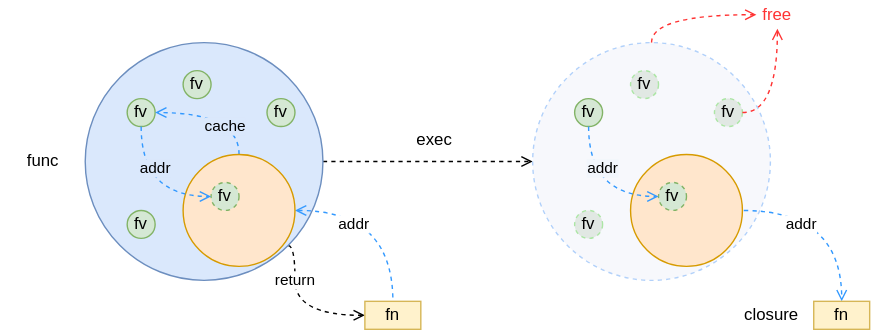
Above: Draw/Go/func&memory&closure.drawio.svg in Zhangbokai614/draw (draw.io), before the change. Source tidied: cells renumbered, new cells last; positions are measured from the earlier drawing's top-left corner, leaving out a move shared by most shapes.
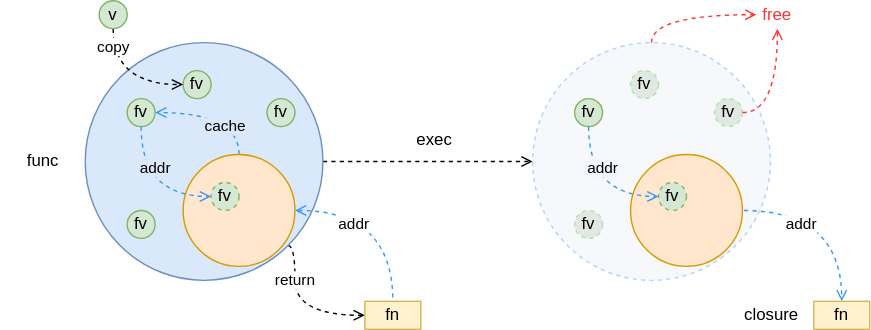
The same diagram one commit later.

Diff of the diagram source:
```diff
@@ -104,5 +104,11 @@
     <mxCell id="30" value="closure" style="text;html=1;strokeColor=none;fillColor=none;align=center;verticalAlign=middle;whiteSpace=wrap;rounded=0;" parent="1" vertex="1">
       <mxGeometry x="521" y="215" width="60" height="20" as="geometry" />
     </mxCell>
+    <mxCell id="31" value="copy" style="edgeStyle=orthogonalEdgeStyle;rounded=0;jettySize=auto;html=1;exitX=0.5;exitY=1;exitDx=0;exitDy=0;entryX=0;entryY=0.5;entryDx=0;entryDy=0;endArrow=open;endFill=0;curved=1;dashed=1;labelBackgroundColor=default;" parent="1" edge="1" source="32" target="6">
+      <mxGeometry x="-0.71" relative="1" as="geometry" />
+    </mxCell>
+    <mxCell id="32" value="v" style="ellipse;whiteSpace=wrap;html=1;fillColor=#d5e8d4;strokeColor=#82b366;" parent="1" vertex="1">
+      <mxGeometry x="70" width="20" height="20" as="geometry" />
+    </mxCell>
   </root>
 </mxGraphModel>
```
